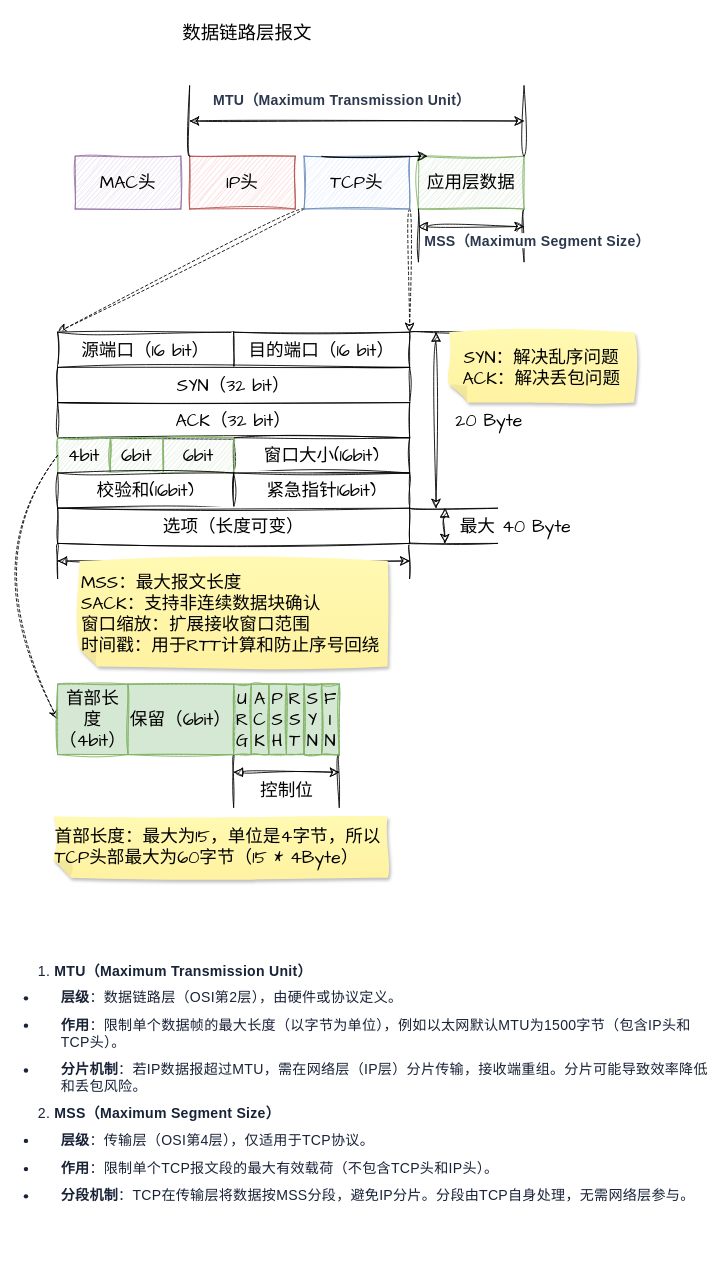
This is page "TCP" (1 of 3) of 250501_TCP.drawio from Utihbi/pics, a draw.io file, before an edit. Source tidied: cells renumbered, new cells numbered last; positions are measured from the earlier drawing's top-left corner, leaving out a move shared by most shapes. Both pictures are drawn from the tidied source at 88%, with x=0, y=0 at pixel (-22, 15).
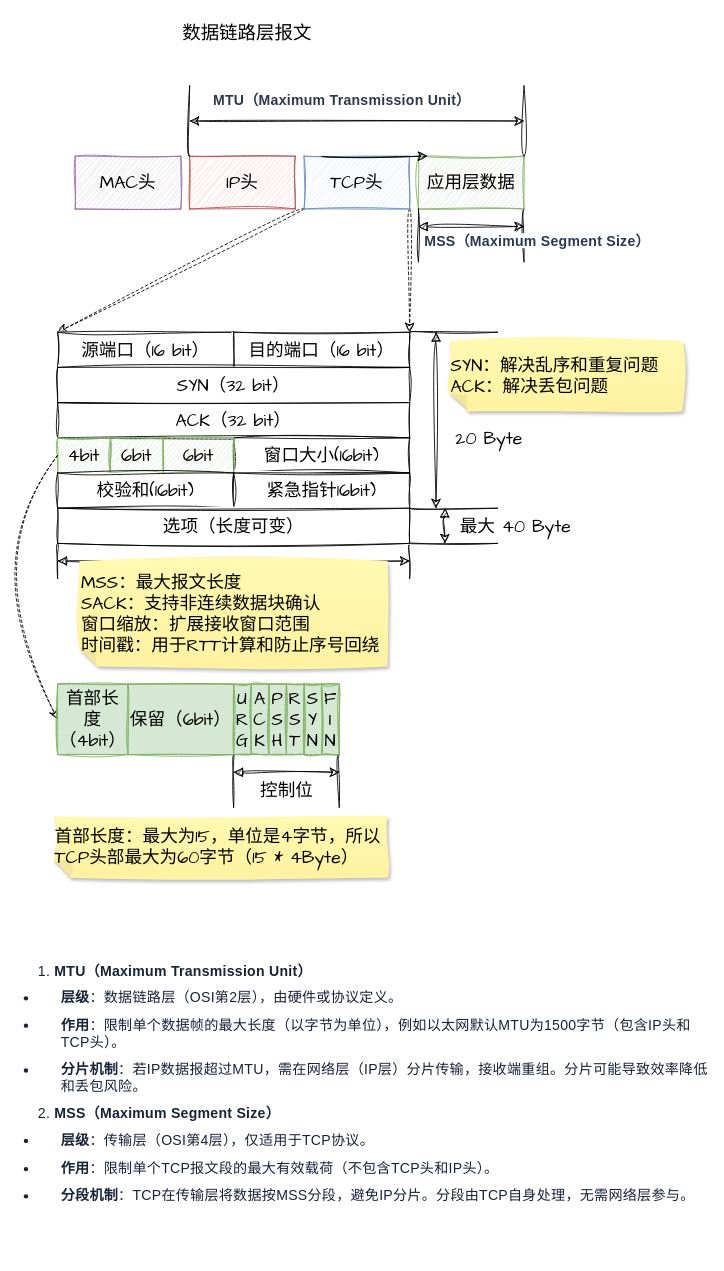
Above is the later version.

What changed in the source:
```diff
@@
     <mxCell id="37" value="20 Byte" style="text;html=1;align=center;verticalAlign=middle;strokeColor=none;fillColor=none;fontSize=20;fontFamily=Architects Daughter;" parent="1" vertex="1">
-      <mxGeometry x="530" y="440" width="100" height="40" as="geometry" />
+      <mxGeometry x="530" y="460" width="100" height="40" as="geometry" />
     </mxCell>
@@
-    <mxCell id="61" value="SYN：解决乱序问题&lt;span style=&quot;background-color: transparent; color: light-dark(rgb(0, 0, 0), rgb(237, 237, 237));&quot;&gt;ACK：解决丢包问题&lt;/span&gt;" style="shape=note;whiteSpace=wrap;html=1;backgroundOutline=1;fontColor=#000000;darkOpacity=0.05;fillColor=#FFF9B2;strokeColor=none;fillStyle=solid;direction=west;gradientDirection=north;gradientColor=#FFF2A1;shadow=1;size=20;sketch=1;hachureGap=4;jiggle=2;curveFitting=1;fontFamily=Architects Daughter;fontSize=20;" parent="1" vertex="1">
-      <mxGeometry x="535" y="360" width="210" height="80" as="geometry" />
+    <mxCell id="61" value="SYN：解决乱序和重复问题&lt;span style=&quot;background-color: transparent; color: light-dark(rgb(0, 0, 0), rgb(237, 237, 237));&quot;&gt;ACK：解决丢包问题&lt;/span&gt;" style="shape=note;whiteSpace=wrap;html=1;backgroundOutline=1;fontColor=#000000;darkOpacity=0.05;fillColor=#FFF9B2;strokeColor=none;fillStyle=solid;direction=west;gradientDirection=north;gradientColor=#FFF2A1;shadow=1;size=20;sketch=1;hachureGap=4;jiggle=2;curveFitting=1;fontFamily=Architects Daughter;fontSize=20;align=left;" parent="1" vertex="1">
+      <mxGeometry x="535" y="370" width="265" height="80" as="geometry" />
     </mxCell>
```
